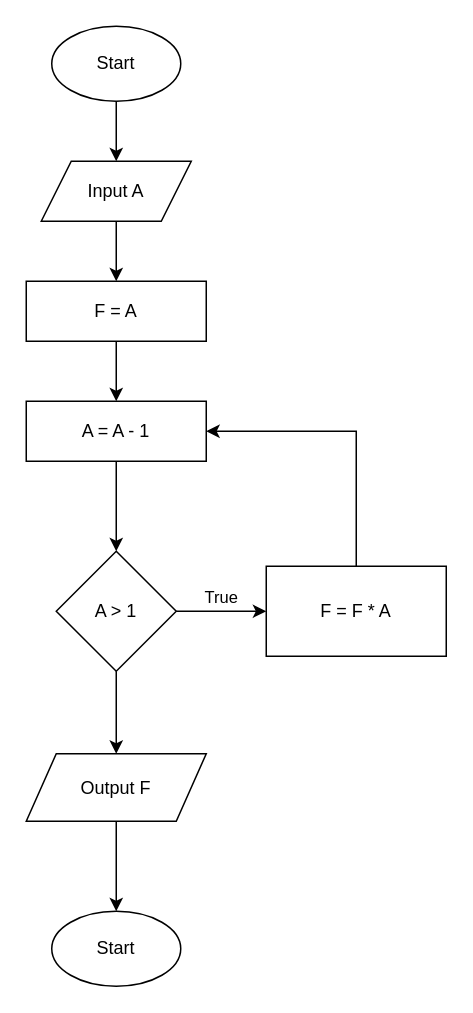
Earlier version of the draw.io diagram Faktorial.drawio (hmiftachul11/dibimbing). Source tidied: cells renumbered, new cells numbered last; positions are measured from the earlier drawing's top-left corner, leaving out a move shared by most shapes. Both pictures are drawn from the tidied source at 150%, with x=0, y=0 at pixel (26, 26).
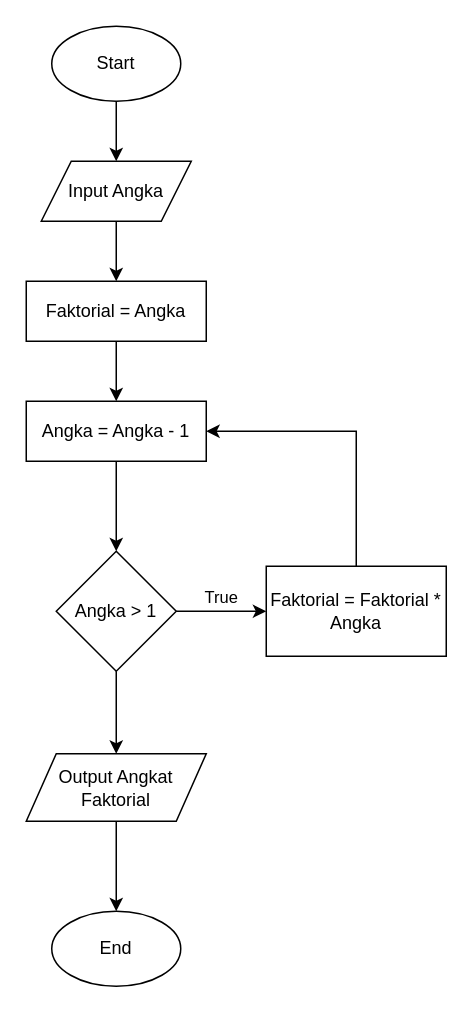
The same page after the edit.

Change to the diagram source:
```diff
@@
-    <mxCell id="5" value="Input A" style="shape=parallelogram;perimeter=parallelogramPerimeter;whiteSpace=wrap;html=1;fixedSize=1;" parent="1" vertex="1">
+    <mxCell id="5" value="Input Angka" style="shape=parallelogram;perimeter=parallelogramPerimeter;whiteSpace=wrap;html=1;fixedSize=1;" parent="1" vertex="1">
       <mxGeometry x="10" y="90" width="100" height="40" as="geometry" />
     </mxCell>
@@
-    <mxCell id="7" value="F = A" style="rounded=0;whiteSpace=wrap;html=1;" parent="1" vertex="1">
+    <mxCell id="7" value="Faktorial = Angka" style="rounded=0;whiteSpace=wrap;html=1;" parent="1" vertex="1">
       <mxGeometry y="170" width="120" height="40" as="geometry" />
     </mxCell>
@@
-    <mxCell id="9" value="A = A - 1" style="rounded=0;whiteSpace=wrap;html=1;" parent="1" vertex="1">
+    <mxCell id="9" value="Angka = Angka - 1" style="rounded=0;whiteSpace=wrap;html=1;" parent="1" vertex="1">
       <mxGeometry y="250" width="120" height="40" as="geometry" />
     </mxCell>
@@
-    <mxCell id="13" value="A &amp;gt; 1" style="rhombus;whiteSpace=wrap;html=1;rounded=0;" parent="1" vertex="1">
+    <mxCell id="13" value="Angka &amp;gt; 1" style="rhombus;whiteSpace=wrap;html=1;rounded=0;" parent="1" vertex="1">
       <mxGeometry x="20" y="350" width="80" height="80" as="geometry" />
     </mxCell>
@@
-    <mxCell id="15" value="F = F * A" style="whiteSpace=wrap;html=1;rounded=0;" parent="1" vertex="1">
+    <mxCell id="15" value="Faktorial = Faktorial * Angka" style="whiteSpace=wrap;html=1;rounded=0;" parent="1" vertex="1">
       <mxGeometry x="160" y="360" width="120" height="60" as="geometry" />
     </mxCell>
@@
-    <mxCell id="17" value="Output F" style="shape=parallelogram;perimeter=parallelogramPerimeter;whiteSpace=wrap;html=1;fixedSize=1;rounded=0;" parent="1" vertex="1">
+    <mxCell id="17" value="Output Angkat Faktorial" style="shape=parallelogram;perimeter=parallelogramPerimeter;whiteSpace=wrap;html=1;fixedSize=1;rounded=0;" parent="1" vertex="1">
       <mxGeometry y="485" width="120" height="45" as="geometry" />
     </mxCell>
-    <mxCell id="18" value="Start" style="ellipse;whiteSpace=wrap;html=1;" parent="1" vertex="1">
+    <mxCell id="18" value="End" style="ellipse;whiteSpace=wrap;html=1;" parent="1" vertex="1">
       <mxGeometry x="17" y="590" width="86" height="50" as="geometry" />
     </mxCell>
```
